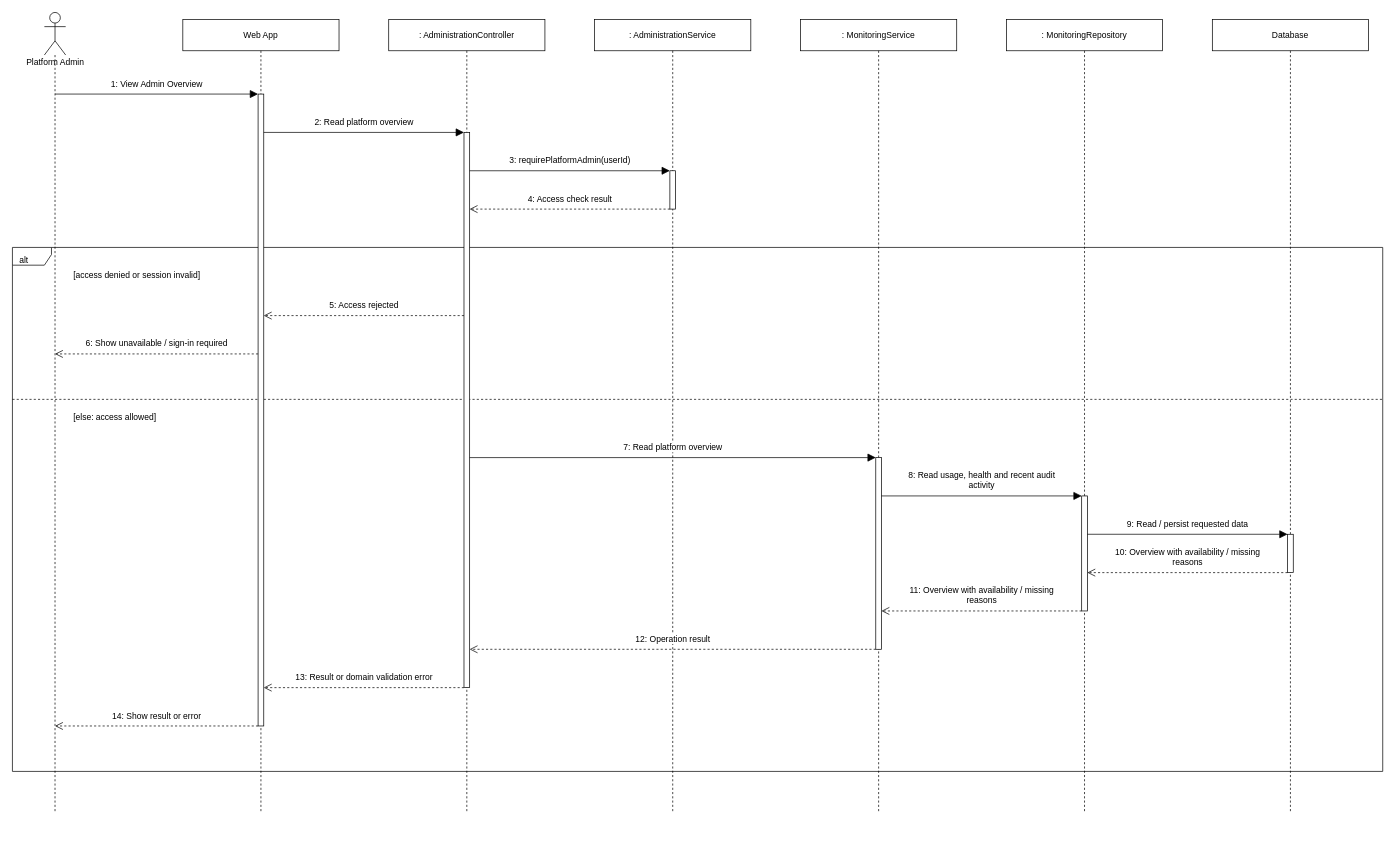
This is page "View Admin Overview" (5 of 10) of diagrams/08-sequence/08-administration-monitoring/Sequence-Diagrams-Administration-Monitoring.drawio from openai-scientist/docs, a draw.io file, before an edit. Source tidied: cells renumbered, new cells numbered last; positions are measured from the earlier drawing's top-left corner, leaving out a move shared by most shapes. Both pictures are drawn from the tidied source at 71%, with x=0, y=0 at pixel (12, 12).
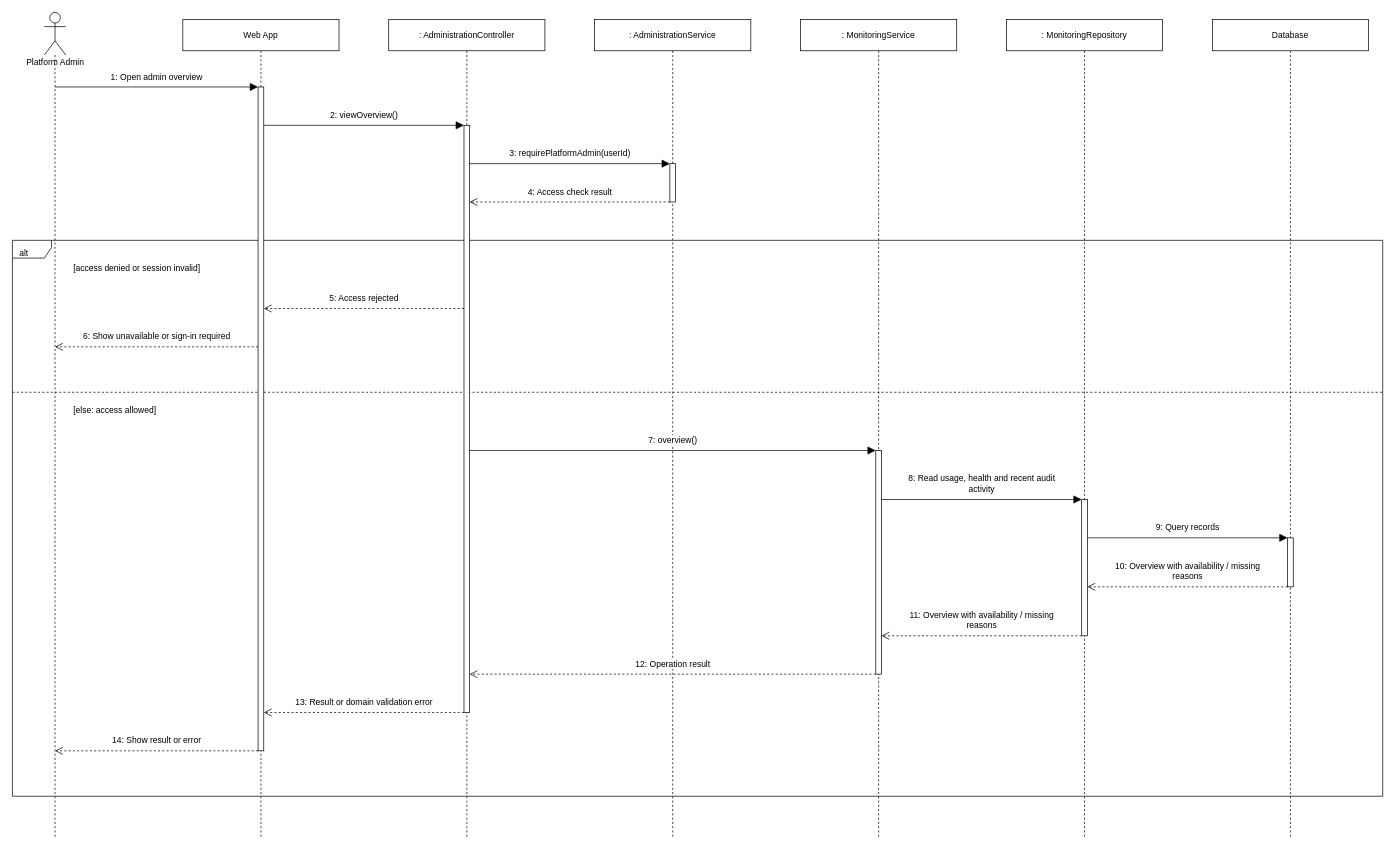
The same page after the edit.

Diff of the diagram source:
```diff
@@
     <mxCell id="2" value="alt" style="html=1;fontFamily=Arial;fontSize=12;fontColor=#000000;strokeColor=#000000;strokeWidth=1;fillColor=#FFFFFF;shape=umlFrame;fillColor=none;width=55;height=25;align=left;verticalAlign=top;spacingLeft=8;spacingTop=5;" parent="1" vertex="1">
-      <mxGeometry y="331" width="1930" height="738" as="geometry" />
+      <mxGeometry y="321" width="1930" height="783" as="geometry" />
     </mxCell>
     <mxCell id="3" value="[access denied or session invalid]" style="html=1;fontFamily=Arial;fontSize=12;fontColor=#000000;strokeColor=#000000;strokeWidth=1;fillColor=#FFFFFF;text;strokeColor=none;fillColor=none;align=left;verticalAlign=top;" parent="1" vertex="1">
-      <mxGeometry x="84" y="357" width="1831" height="30" as="geometry" />
+      <mxGeometry x="84" y="347" width="1831" height="30" as="geometry" />
     </mxCell>
     <mxCell id="4" value="[else: access allowed]" style="html=1;fontFamily=Arial;fontSize=12;fontColor=#000000;strokeColor=#000000;strokeWidth=1;fillColor=#FFFFFF;text;strokeColor=none;fillColor=none;align=left;verticalAlign=top;" parent="1" vertex="1">
-      <mxGeometry x="84" y="557" width="1831" height="30" as="geometry" />
+      <mxGeometry x="84" y="547" width="1831" height="30" as="geometry" />
     </mxCell>
     <mxCell id="5" style="html=1;fontFamily=Arial;fontSize=12;fontColor=#000000;strokeColor=#000000;strokeWidth=1;fillColor=#FFFFFF;dashed=1;endArrow=none;" parent="1" edge="1">
       <mxGeometry relative="1" as="geometry">
-        <mxPoint y="545" as="sourcePoint" />
-        <mxPoint x="1930" y="545" as="targetPoint" />
+        <mxPoint y="535" as="sourcePoint" />
+        <mxPoint x="1930" y="535" as="targetPoint" />
       </mxGeometry>
     </mxCell>
     <mxCell id="6" value="Platform Admin" style="html=1;fontFamily=Arial;fontSize=12;fontColor=#000000;strokeColor=#000000;strokeWidth=1;fillColor=#FFFFFF;shape=umlLifeline;participant=umlActor;size=60;perimeter=lifelinePerimeter;verticalAlign=bottom;spacingBottom=-20;" parent="1" vertex="1">
-      <mxGeometry x="45" width="30" height="1127" as="geometry" />
+      <mxGeometry x="45" width="30" height="1162" as="geometry" />
     </mxCell>
     <mxCell id="7" value="Web App" style="html=1;fontFamily=Arial;fontSize=12;fontColor=#000000;strokeColor=#000000;strokeWidth=1;fillColor=#FFFFFF;shape=umlLifeline;size=44;perimeter=lifelinePerimeter;whiteSpace=wrap;" parent="1" vertex="1">
-      <mxGeometry x="240" y="10" width="220" height="1117" as="geometry" />
+      <mxGeometry x="240" y="10" width="220" height="1152" as="geometry" />
     </mxCell>
     <mxCell id="8" value=": AdministrationController" style="html=1;fontFamily=Arial;fontSize=12;fontColor=#000000;strokeColor=#000000;strokeWidth=1;fillColor=#FFFFFF;shape=umlLifeline;size=44;perimeter=lifelinePerimeter;whiteSpace=wrap;" parent="1" vertex="1">
-      <mxGeometry x="530" y="10" width="220" height="1117" as="geometry" />
+      <mxGeometry x="530" y="10" width="220" height="1152" as="geometry" />
     </mxCell>
     <mxCell id="9" value=": AdministrationService" style="html=1;fontFamily=Arial;fontSize=12;fontColor=#000000;strokeColor=#000000;strokeWidth=1;fillColor=#FFFFFF;shape=umlLifeline;size=44;perimeter=lifelinePerimeter;whiteSpace=wrap;" parent="1" vertex="1">
-      <mxGeometry x="820" y="10" width="220" height="1117" as="geometry" />
+      <mxGeometry x="820" y="10" width="220" height="1152" as="geometry" />
     </mxCell>
     <mxCell id="10" value=": MonitoringService" style="html=1;fontFamily=Arial;fontSize=12;fontColor=#000000;strokeColor=#000000;strokeWidth=1;fillColor=#FFFFFF;shape=umlLifeline;size=44;perimeter=lifelinePerimeter;whiteSpace=wrap;" parent="1" vertex="1">
-      <mxGeometry x="1110" y="10" width="220" height="1117" as="geometry" />
+      <mxGeometry x="1110" y="10" width="220" height="1152" as="geometry" />
     </mxCell>
     <mxCell id="11" value=": MonitoringRepository" style="html=1;fontFamily=Arial;fontSize=12;fontColor=#000000;strokeColor=#000000;strokeWidth=1;fillColor=#FFFFFF;shape=umlLifeline;size=44;perimeter=lifelinePerimeter;whiteSpace=wrap;" parent="1" vertex="1">
-      <mxGeometry x="1400" y="10" width="220" height="1117" as="geometry" />
+      <mxGeometry x="1400" y="10" width="220" height="1152" as="geometry" />
     </mxCell>
     <mxCell id="12" value="Database" style="html=1;fontFamily=Arial;fontSize=12;fontColor=#000000;strokeColor=#000000;strokeWidth=1;fillColor=#FFFFFF;shape=umlLifeline;size=44;perimeter=lifelinePerimeter;whiteSpace=wrap;" parent="1" vertex="1">
-      <mxGeometry x="1690" y="10" width="220" height="1117" as="geometry" />
+      <mxGeometry x="1690" y="10" width="220" height="1152" as="geometry" />
     </mxCell>
     <mxCell id="13" style="html=1;fontFamily=Arial;fontSize=12;fontColor=#000000;strokeColor=#000000;strokeWidth=1;fillColor=#FFFFFF;" parent="7" vertex="1">
-      <mxGeometry x="106" y="105" width="8" height="890" as="geometry" />
+      <mxGeometry x="106" y="95" width="8" height="935" as="geometry" />
     </mxCell>
     <mxCell id="14" style="html=1;fontFamily=Arial;fontSize=12;fontColor=#000000;strokeColor=#000000;strokeWidth=1;fillColor=#FFFFFF;" parent="8" vertex="1">
-      <mxGeometry x="106" y="159" width="8" height="782" as="geometry" />
+      <mxGeometry x="106" y="149" width="8" height="827" as="geometry" />
     </mxCell>
     <mxCell id="15" style="html=1;fontFamily=Arial;fontSize=12;fontColor=#000000;strokeColor=#000000;strokeWidth=1;fillColor=#FFFFFF;" parent="9" vertex="1">
-      <mxGeometry x="106" y="213" width="8" height="54" as="geometry" />
+      <mxGeometry x="106" y="203" width="8" height="54" as="geometry" />
     </mxCell>
     <mxCell id="16" style="html=1;fontFamily=Arial;fontSize=12;fontColor=#000000;strokeColor=#000000;strokeWidth=1;fillColor=#FFFFFF;" parent="10" vertex="1">
-      <mxGeometry x="106" y="617" width="8" height="270" as="geometry" />
+      <mxGeometry x="106" y="607" width="8" height="315" as="geometry" />
     </mxCell>
     <mxCell id="17" style="html=1;fontFamily=Arial;fontSize=12;fontColor=#000000;strokeColor=#000000;strokeWidth=1;fillColor=#FFFFFF;" parent="11" vertex="1">
-      <mxGeometry x="106" y="671" width="8" height="162" as="geometry" />
+      <mxGeometry x="106" y="676" width="8" height="192" as="geometry" />
     </mxCell>
     <mxCell id="18" style="html=1;fontFamily=Arial;fontSize=12;fontColor=#000000;strokeColor=#000000;strokeWidth=1;fillColor=#FFFFFF;" parent="12" vertex="1">
-      <mxGeometry x="106" y="725" width="8" height="54" as="geometry" />
+      <mxGeometry x="106" y="730" width="8" height="69" as="geometry" />
     </mxCell>
-    <mxCell id="19" value="1: View Admin Overview" style="html=1;fontFamily=Arial;fontSize=12;fontColor=#000000;strokeColor=#000000;strokeWidth=1;fillColor=#FFFFFF;edgeStyle=none;rounded=0;endSize=9;endArrow=block;endFill=1;labelBackgroundColor=#FFFFFF;verticalAlign=bottom;spacingBottom=5;exitX=0.5;exitY=0.10204081632653061;entryX=0;entryY=0.0;exitPerimeter=0;entryPerimeter=0;" parent="1" edge="1" source="6" target="13">
+    <mxCell id="19" value="1: Open admin overview" style="html=1;fontFamily=Arial;fontSize=12;fontColor=#000000;strokeColor=#000000;strokeWidth=1;fillColor=#FFFFFF;edgeStyle=none;rounded=0;endSize=9;endArrow=block;endFill=1;labelBackgroundColor=#FFFFFF;verticalAlign=bottom;spacingBottom=5;exitX=0.5;exitY=0.09036144578313253;entryX=0;entryY=0.0;exitPerimeter=0;entryPerimeter=0;" parent="1" edge="1" source="6" target="13">
       <mxGeometry relative="1" as="geometry" />
     </mxCell>
-    <mxCell id="20" value="2: Read platform overview" style="html=1;fontFamily=Arial;fontSize=12;fontColor=#000000;strokeColor=#000000;strokeWidth=1;fillColor=#FFFFFF;edgeStyle=none;rounded=0;endSize=9;endArrow=block;endFill=1;labelBackgroundColor=#FFFFFF;verticalAlign=bottom;spacingBottom=5;exitX=1;exitY=0.060674157303370786;entryX=0;entryY=0.0;exitPerimeter=0;entryPerimeter=0;" parent="1" edge="1" source="13" target="14">
+    <mxCell id="20" value="2: viewOverview()" style="html=1;fontFamily=Arial;fontSize=12;fontColor=#000000;strokeColor=#000000;strokeWidth=1;fillColor=#FFFFFF;edgeStyle=none;rounded=0;endSize=9;endArrow=block;endFill=1;labelBackgroundColor=#FFFFFF;verticalAlign=bottom;spacingBottom=5;exitX=1;exitY=0.057754010695187166;entryX=0;entryY=0.0;exitPerimeter=0;entryPerimeter=0;" parent="1" edge="1" source="13" target="14">
       <mxGeometry relative="1" as="geometry" />
     </mxCell>
-    <mxCell id="21" value="3: requirePlatformAdmin(userId)" style="html=1;fontFamily=Arial;fontSize=12;fontColor=#000000;strokeColor=#000000;strokeWidth=1;fillColor=#FFFFFF;edgeStyle=none;rounded=0;endSize=9;endArrow=block;endFill=1;labelBackgroundColor=#FFFFFF;verticalAlign=bottom;spacingBottom=5;exitX=1;exitY=0.06905370843989769;entryX=0;entryY=0.0;exitPerimeter=0;entryPerimeter=0;" parent="1" edge="1" source="14" target="15">
+    <mxCell id="21" value="3: requirePlatformAdmin(userId)" style="html=1;fontFamily=Arial;fontSize=12;fontColor=#000000;strokeColor=#000000;strokeWidth=1;fillColor=#FFFFFF;edgeStyle=none;rounded=0;endSize=9;endArrow=block;endFill=1;labelBackgroundColor=#FFFFFF;verticalAlign=bottom;spacingBottom=5;exitX=1;exitY=0.06529625151148731;entryX=0;entryY=0.0;exitPerimeter=0;entryPerimeter=0;" parent="1" edge="1" source="14" target="15">
       <mxGeometry relative="1" as="geometry" />
     </mxCell>
-    <mxCell id="22" value="4: Access check result" style="html=1;fontFamily=Arial;fontSize=12;fontColor=#000000;strokeColor=#000000;strokeWidth=1;fillColor=#FFFFFF;edgeStyle=none;rounded=0;endSize=9;dashed=1;endArrow=open;endFill=0;labelBackgroundColor=#FFFFFF;verticalAlign=bottom;spacingBottom=5;exitX=0;exitY=1.0;entryX=1;entryY=0.13810741687979539;exitPerimeter=0;entryPerimeter=0;" parent="1" edge="1" source="15" target="14">
+    <mxCell id="22" value="4: Access check result" style="html=1;fontFamily=Arial;fontSize=12;fontColor=#000000;strokeColor=#000000;strokeWidth=1;fillColor=#FFFFFF;edgeStyle=none;rounded=0;endSize=9;dashed=1;endArrow=open;endFill=0;labelBackgroundColor=#FFFFFF;verticalAlign=bottom;spacingBottom=5;exitX=0;exitY=1.0;entryX=1;entryY=0.13059250302297462;exitPerimeter=0;entryPerimeter=0;" parent="1" edge="1" source="15" target="14">
       <mxGeometry relative="1" as="geometry" />
     </mxCell>
-    <mxCell id="23" value="5: Access rejected" style="html=1;fontFamily=Arial;fontSize=12;fontColor=#000000;strokeColor=#000000;strokeWidth=1;fillColor=#FFFFFF;edgeStyle=none;rounded=0;endSize=9;dashed=1;endArrow=open;endFill=0;labelBackgroundColor=#FFFFFF;verticalAlign=bottom;spacingBottom=5;exitX=0;exitY=0.329923273657289;entryX=1;entryY=0.350561797752809;exitPerimeter=0;entryPerimeter=0;" parent="1" edge="1" source="14" target="13">
+    <mxCell id="23" value="5: Access rejected" style="html=1;fontFamily=Arial;fontSize=12;fontColor=#000000;strokeColor=#000000;strokeWidth=1;fillColor=#FFFFFF;edgeStyle=none;rounded=0;endSize=9;dashed=1;endArrow=open;endFill=0;labelBackgroundColor=#FFFFFF;verticalAlign=bottom;spacingBottom=5;exitX=0;exitY=0.31197097944377267;entryX=1;entryY=0.3336898395721925;exitPerimeter=0;entryPerimeter=0;" parent="1" edge="1" source="14" target="13">
       <mxGeometry relative="1" as="geometry" />
     </mxCell>
-    <mxCell id="24" value="6: Show unavailable / sign-in required" style="html=1;fontFamily=Arial;fontSize=12;fontColor=#000000;strokeColor=#000000;strokeWidth=1;fillColor=#FFFFFF;edgeStyle=none;rounded=0;endSize=9;dashed=1;endArrow=open;endFill=0;labelBackgroundColor=#FFFFFF;verticalAlign=bottom;spacingBottom=5;exitX=0;exitY=0.41123595505617977;entryX=0.5;entryY=0.42679680567879325;exitPerimeter=0;entryPerimeter=0;" parent="1" edge="1" source="13" target="6">
+    <mxCell id="24" value="6: Show unavailable or sign-in required" style="html=1;fontFamily=Arial;fontSize=12;fontColor=#000000;strokeColor=#000000;strokeWidth=1;fillColor=#FFFFFF;edgeStyle=none;rounded=0;endSize=9;dashed=1;endArrow=open;endFill=0;labelBackgroundColor=#FFFFFF;verticalAlign=bottom;spacingBottom=5;exitX=0;exitY=0.39144385026737966;entryX=0.5;entryY=0.4053356282271945;exitPerimeter=0;entryPerimeter=0;" parent="1" edge="1" source="13" target="6">
       <mxGeometry relative="1" as="geometry" />
     </mxCell>
-    <mxCell id="25" value="7: Read platform overview" style="html=1;fontFamily=Arial;fontSize=12;fontColor=#000000;strokeColor=#000000;strokeWidth=1;fillColor=#FFFFFF;edgeStyle=none;rounded=0;endSize=9;endArrow=block;endFill=1;labelBackgroundColor=#FFFFFF;verticalAlign=bottom;spacingBottom=5;exitX=1;exitY=0.5856777493606138;entryX=0;entryY=0.0;exitPerimeter=0;entryPerimeter=0;" parent="1" edge="1" source="14" target="16">
+    <mxCell id="25" value="7: overview()" style="html=1;fontFamily=Arial;fontSize=12;fontColor=#000000;strokeColor=#000000;strokeWidth=1;fillColor=#FFFFFF;edgeStyle=none;rounded=0;endSize=9;endArrow=block;endFill=1;labelBackgroundColor=#FFFFFF;verticalAlign=bottom;spacingBottom=5;exitX=1;exitY=0.5538089480048367;entryX=0;entryY=0.0;exitPerimeter=0;entryPerimeter=0;" parent="1" edge="1" source="14" target="16">
       <mxGeometry relative="1" as="geometry" />
     </mxCell>
-    <mxCell id="26" value="8: Read usage, health and recent audit&lt;br&gt;activity" style="html=1;fontFamily=Arial;fontSize=12;fontColor=#000000;strokeColor=#000000;strokeWidth=1;fillColor=#FFFFFF;edgeStyle=none;rounded=0;endSize=9;endArrow=block;endFill=1;labelBackgroundColor=#FFFFFF;verticalAlign=bottom;spacingBottom=5;exitX=1;exitY=0.2;entryX=0;entryY=0.0;exitPerimeter=0;entryPerimeter=0;" parent="1" edge="1" source="16" target="17">
+    <mxCell id="26" value="8: Read usage, health and recent audit&lt;br&gt;activity" style="html=1;fontFamily=Arial;fontSize=12;fontColor=#000000;strokeColor=#000000;strokeWidth=1;fillColor=#FFFFFF;edgeStyle=none;rounded=0;endSize=9;endArrow=block;endFill=1;labelBackgroundColor=#FFFFFF;verticalAlign=bottom;spacingBottom=5;exitX=1;exitY=0.21904761904761905;entryX=0;entryY=0.0;exitPerimeter=0;entryPerimeter=0;" parent="1" edge="1" source="16" target="17">
       <mxGeometry relative="1" as="geometry" />
     </mxCell>
-    <mxCell id="27" value="9: Read / persist requested data" style="html=1;fontFamily=Arial;fontSize=12;fontColor=#000000;strokeColor=#000000;strokeWidth=1;fillColor=#FFFFFF;edgeStyle=none;rounded=0;endSize=9;endArrow=block;endFill=1;labelBackgroundColor=#FFFFFF;verticalAlign=bottom;spacingBottom=5;exitX=1;exitY=0.3333333333333333;entryX=0;entryY=0.0;exitPerimeter=0;entryPerimeter=0;" parent="1" edge="1" source="17" target="18">
+    <mxCell id="27" value="9: Query records" style="html=1;fontFamily=Arial;fontSize=12;fontColor=#000000;strokeColor=#000000;strokeWidth=1;fillColor=#FFFFFF;edgeStyle=none;rounded=0;endSize=9;endArrow=block;endFill=1;labelBackgroundColor=#FFFFFF;verticalAlign=bottom;spacingBottom=5;exitX=1;exitY=0.28125;entryX=0;entryY=0.0;exitPerimeter=0;entryPerimeter=0;" parent="1" edge="1" source="17" target="18">
       <mxGeometry relative="1" as="geometry" />
     </mxCell>
-    <mxCell id="28" value="10: Overview with availability / missing&lt;br&gt;reasons" style="html=1;fontFamily=Arial;fontSize=12;fontColor=#000000;strokeColor=#000000;strokeWidth=1;fillColor=#FFFFFF;edgeStyle=none;rounded=0;endSize=9;dashed=1;endArrow=open;endFill=0;labelBackgroundColor=#FFFFFF;verticalAlign=bottom;spacingBottom=5;exitX=0;exitY=1.0;entryX=1;entryY=0.6666666666666666;exitPerimeter=0;entryPerimeter=0;" parent="1" edge="1" source="18" target="17">
+    <mxCell id="28" value="10: Overview with availability / missing&lt;br&gt;reasons" style="html=1;fontFamily=Arial;fontSize=12;fontColor=#000000;strokeColor=#000000;strokeWidth=1;fillColor=#FFFFFF;edgeStyle=none;rounded=0;endSize=9;dashed=1;endArrow=open;endFill=0;labelBackgroundColor=#FFFFFF;verticalAlign=bottom;spacingBottom=5;exitX=0;exitY=1.0;entryX=1;entryY=0.640625;exitPerimeter=0;entryPerimeter=0;" parent="1" edge="1" source="18" target="17">
       <mxGeometry relative="1" as="geometry" />
     </mxCell>
-    <mxCell id="29" value="11: Overview with availability / missing&lt;br&gt;reasons" style="html=1;fontFamily=Arial;fontSize=12;fontColor=#000000;strokeColor=#000000;strokeWidth=1;fillColor=#FFFFFF;edgeStyle=none;rounded=0;endSize=9;dashed=1;endArrow=open;endFill=0;labelBackgroundColor=#FFFFFF;verticalAlign=bottom;spacingBottom=5;exitX=0;exitY=1.0;entryX=1;entryY=0.8;exitPerimeter=0;entryPerimeter=0;" parent="1" edge="1" source="17" target="16">
+    <mxCell id="29" value="11: Overview with availability / missing&lt;br&gt;reasons" style="html=1;fontFamily=Arial;fontSize=12;fontColor=#000000;strokeColor=#000000;strokeWidth=1;fillColor=#FFFFFF;edgeStyle=none;rounded=0;endSize=9;dashed=1;endArrow=open;endFill=0;labelBackgroundColor=#FFFFFF;verticalAlign=bottom;spacingBottom=5;exitX=0;exitY=1.0;entryX=1;entryY=0.8285714285714286;exitPerimeter=0;entryPerimeter=0;" parent="1" edge="1" source="17" target="16">
       <mxGeometry relative="1" as="geometry" />
     </mxCell>
-    <mxCell id="30" value="12: Operation result" style="html=1;fontFamily=Arial;fontSize=12;fontColor=#000000;strokeColor=#000000;strokeWidth=1;fillColor=#FFFFFF;edgeStyle=none;rounded=0;endSize=9;dashed=1;endArrow=open;endFill=0;labelBackgroundColor=#FFFFFF;verticalAlign=bottom;spacingBottom=5;exitX=0;exitY=1.0;entryX=1;entryY=0.9309462915601023;exitPerimeter=0;entryPerimeter=0;" parent="1" edge="1" source="16" target="14">
+    <mxCell id="30" value="12: Operation result" style="html=1;fontFamily=Arial;fontSize=12;fontColor=#000000;strokeColor=#000000;strokeWidth=1;fillColor=#FFFFFF;edgeStyle=none;rounded=0;endSize=9;dashed=1;endArrow=open;endFill=0;labelBackgroundColor=#FFFFFF;verticalAlign=bottom;spacingBottom=5;exitX=0;exitY=1.0;entryX=1;entryY=0.9347037484885127;exitPerimeter=0;entryPerimeter=0;" parent="1" edge="1" source="16" target="14">
       <mxGeometry relative="1" as="geometry" />
     </mxCell>
-    <mxCell id="31" value="13: Result or domain validation error" style="html=1;fontFamily=Arial;fontSize=12;fontColor=#000000;strokeColor=#000000;strokeWidth=1;fillColor=#FFFFFF;edgeStyle=none;rounded=0;endSize=9;dashed=1;endArrow=open;endFill=0;labelBackgroundColor=#FFFFFF;verticalAlign=bottom;spacingBottom=5;exitX=0;exitY=1.0;entryX=1;entryY=0.9393258426966292;exitPerimeter=0;entryPerimeter=0;" parent="1" edge="1" source="14" target="13">
+    <mxCell id="31" value="13: Result or domain validation error" style="html=1;fontFamily=Arial;fontSize=12;fontColor=#000000;strokeColor=#000000;strokeWidth=1;fillColor=#FFFFFF;edgeStyle=none;rounded=0;endSize=9;dashed=1;endArrow=open;endFill=0;labelBackgroundColor=#FFFFFF;verticalAlign=bottom;spacingBottom=5;exitX=0;exitY=1.0;entryX=1;entryY=0.9422459893048128;exitPerimeter=0;entryPerimeter=0;" parent="1" edge="1" source="14" target="13">
       <mxGeometry relative="1" as="geometry" />
     </mxCell>
-    <mxCell id="32" value="14: Show result or error" style="html=1;fontFamily=Arial;fontSize=12;fontColor=#000000;strokeColor=#000000;strokeWidth=1;fillColor=#FFFFFF;edgeStyle=none;rounded=0;endSize=9;dashed=1;endArrow=open;endFill=0;labelBackgroundColor=#FFFFFF;verticalAlign=bottom;spacingBottom=5;exitX=0;exitY=1.0;entryX=0.5;entryY=0.8917480035492458;exitPerimeter=0;entryPerimeter=0;" parent="1" edge="1" source="13" target="6">
+    <mxCell id="32" value="14: Show result or error" style="html=1;fontFamily=Arial;fontSize=12;fontColor=#000000;strokeColor=#000000;strokeWidth=1;fillColor=#FFFFFF;edgeStyle=none;rounded=0;endSize=9;dashed=1;endArrow=open;endFill=0;labelBackgroundColor=#FFFFFF;verticalAlign=bottom;spacingBottom=5;exitX=0;exitY=1.0;entryX=0.5;entryY=0.8950086058519794;exitPerimeter=0;entryPerimeter=0;" parent="1" edge="1" source="13" target="6">
       <mxGeometry relative="1" as="geometry" />
     </mxCell>
```
